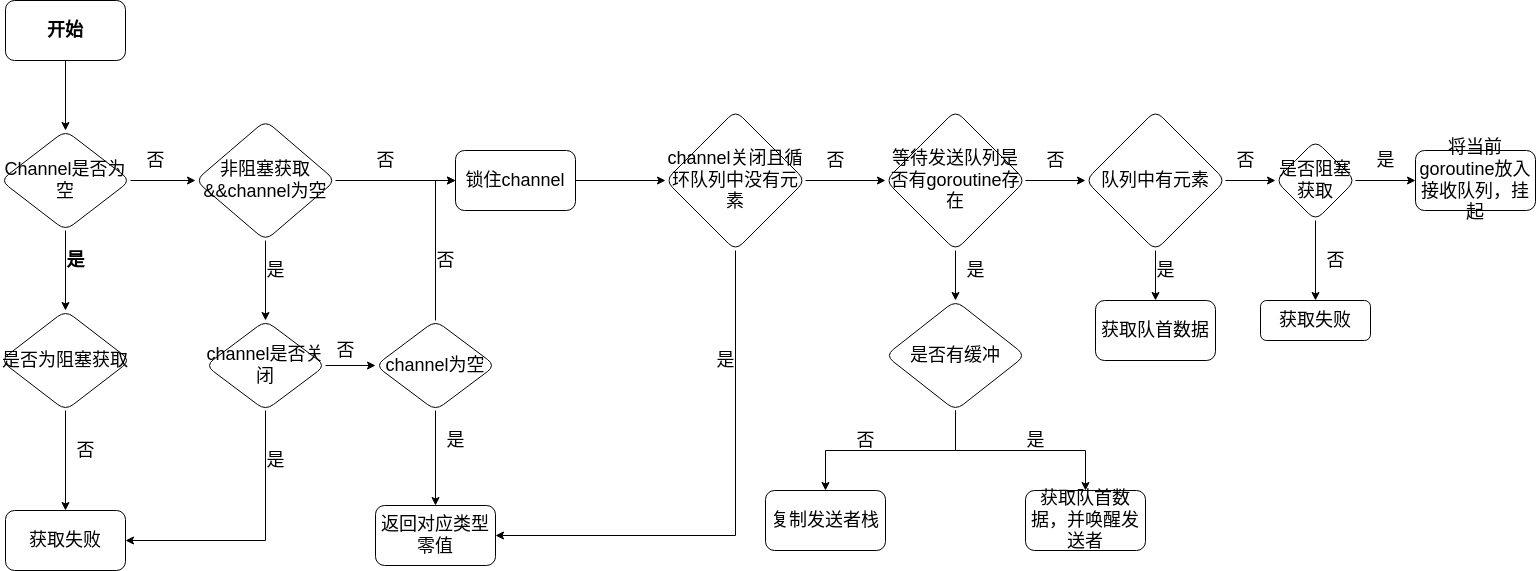
Before: img/chanrecv.png, a diagram exported from draw.io (zlmsx/zlmsx.github.io). Source tidied: cells renumbered, new cells last; positions are measured from the earlier drawing's top-left corner, leaving out a move shared by most shapes. Source of this version:
```xml
<mxGraphModel>
  <root>
    <mxCell id="0" />
    <mxCell id="1" parent="0" />
    <mxCell id="2" style="edgeStyle=orthogonalEdgeStyle;rounded=0;jettySize=auto;html=1;fontSize=18;" parent="1" edge="1" source="3" target="6">
      <mxGeometry relative="1" as="geometry" />
    </mxCell>
    <mxCell id="3" value="&lt;b&gt;开始&lt;/b&gt;" style="rounded=1;whiteSpace=wrap;html=1;fontSize=18;" parent="1" vertex="1">
      <mxGeometry x="5" width="120" height="60" as="geometry" />
    </mxCell>
    <mxCell id="4" style="edgeStyle=orthogonalEdgeStyle;rounded=0;jettySize=auto;html=1;fontSize=18;" parent="1" edge="1" source="6" target="8">
      <mxGeometry relative="1" as="geometry" />
    </mxCell>
    <mxCell id="5" style="edgeStyle=orthogonalEdgeStyle;rounded=0;jettySize=auto;html=1;fontSize=18;" parent="1" edge="1" source="6" target="12">
      <mxGeometry relative="1" as="geometry" />
    </mxCell>
    <mxCell id="6" value="Channel是否为空" style="rhombus;whiteSpace=wrap;html=1;fontSize=18;rounded=1;" parent="1" vertex="1">
      <mxGeometry y="130" width="130" height="100" as="geometry" />
    </mxCell>
    <mxCell id="7" style="edgeStyle=orthogonalEdgeStyle;rounded=0;jettySize=auto;html=1;fontSize=18;" parent="1" edge="1" source="8" target="9">
      <mxGeometry relative="1" as="geometry" />
    </mxCell>
    <mxCell id="8" value="是否为阻塞获取" style="rhombus;whiteSpace=wrap;html=1;fontSize=18;rounded=1;" parent="1" vertex="1">
      <mxGeometry y="310" width="130" height="100" as="geometry" />
    </mxCell>
    <mxCell id="9" value="获取失败" style="whiteSpace=wrap;html=1;fontSize=18;rounded=1;" parent="1" vertex="1">
      <mxGeometry x="5" y="510" width="120" height="60" as="geometry" />
    </mxCell>
    <mxCell id="10" style="edgeStyle=orthogonalEdgeStyle;rounded=0;jettySize=auto;html=1;fontSize=18;" parent="1" edge="1" source="12" target="15">
      <mxGeometry relative="1" as="geometry" />
    </mxCell>
    <mxCell id="11" style="edgeStyle=orthogonalEdgeStyle;rounded=0;jettySize=auto;html=1;fontSize=18;" parent="1" edge="1" source="12" target="21">
      <mxGeometry relative="1" as="geometry" />
    </mxCell>
    <mxCell id="12" value="非阻塞获取&amp;amp;&amp;amp;channel为空" style="rhombus;whiteSpace=wrap;html=1;fontSize=18;rounded=1;" parent="1" vertex="1">
      <mxGeometry x="195" y="120" width="140" height="120" as="geometry" />
    </mxCell>
    <mxCell id="13" style="edgeStyle=orthogonalEdgeStyle;rounded=0;jettySize=auto;html=1;exitX=0.5;exitY=1;exitDx=0;exitDy=0;entryX=1;entryY=0.5;entryDx=0;entryDy=0;fontSize=18;" parent="1" edge="1" source="15" target="9">
      <mxGeometry relative="1" as="geometry" />
    </mxCell>
    <mxCell id="14" style="edgeStyle=orthogonalEdgeStyle;rounded=0;jettySize=auto;html=1;fontSize=18;" parent="1" edge="1" source="15" target="18">
      <mxGeometry relative="1" as="geometry" />
    </mxCell>
    <mxCell id="15" value="channel是否关闭" style="rhombus;whiteSpace=wrap;html=1;fontSize=18;rounded=1;" parent="1" vertex="1">
      <mxGeometry x="205" y="320" width="120" height="90" as="geometry" />
    </mxCell>
    <mxCell id="16" style="edgeStyle=orthogonalEdgeStyle;rounded=0;jettySize=auto;html=1;fontSize=18;" parent="1" edge="1" source="18" target="19">
      <mxGeometry relative="1" as="geometry" />
    </mxCell>
    <mxCell id="17" style="edgeStyle=orthogonalEdgeStyle;rounded=0;jettySize=auto;html=1;exitX=0.5;exitY=0;exitDx=0;exitDy=0;entryX=0;entryY=0.5;entryDx=0;entryDy=0;fontSize=18;" parent="1" edge="1" source="18" target="21">
      <mxGeometry relative="1" as="geometry" />
    </mxCell>
    <mxCell id="18" value="channel为空" style="rhombus;whiteSpace=wrap;html=1;fontSize=18;rounded=1;" parent="1" vertex="1">
      <mxGeometry x="375" y="320" width="120" height="90" as="geometry" />
    </mxCell>
    <mxCell id="19" value="返回对应类型零值" style="rounded=1;whiteSpace=wrap;html=1;fontSize=18;" parent="1" vertex="1">
      <mxGeometry x="375" y="505" width="120" height="60" as="geometry" />
    </mxCell>
    <mxCell id="20" style="edgeStyle=orthogonalEdgeStyle;rounded=0;jettySize=auto;html=1;fontSize=18;" parent="1" edge="1" source="21" target="24">
      <mxGeometry relative="1" as="geometry" />
    </mxCell>
    <mxCell id="21" value="锁住channel" style="whiteSpace=wrap;html=1;fontSize=18;rounded=1;" parent="1" vertex="1">
      <mxGeometry x="455" y="150" width="120" height="60" as="geometry" />
    </mxCell>
    <mxCell id="22" style="edgeStyle=orthogonalEdgeStyle;rounded=0;jettySize=auto;html=1;exitX=0.5;exitY=1;exitDx=0;exitDy=0;entryX=1;entryY=0.5;entryDx=0;entryDy=0;fontSize=18;" parent="1" edge="1" source="24" target="19">
      <mxGeometry relative="1" as="geometry" />
    </mxCell>
    <mxCell id="23" style="edgeStyle=orthogonalEdgeStyle;rounded=0;jettySize=auto;html=1;fontSize=18;" parent="1" edge="1" source="24" target="27">
      <mxGeometry relative="1" as="geometry" />
    </mxCell>
    <mxCell id="24" value="channel关闭且循环队列中没有元素" style="rhombus;whiteSpace=wrap;html=1;fontSize=18;rounded=1;" parent="1" vertex="1">
      <mxGeometry x="665" y="110" width="140" height="140" as="geometry" />
    </mxCell>
    <mxCell id="25" style="edgeStyle=orthogonalEdgeStyle;rounded=0;jettySize=auto;html=1;fontSize=18;" parent="1" edge="1" source="27" target="30">
      <mxGeometry relative="1" as="geometry" />
    </mxCell>
    <mxCell id="26" style="edgeStyle=orthogonalEdgeStyle;rounded=0;jettySize=auto;html=1;fontSize=18;" parent="1" edge="1" source="27" target="35">
      <mxGeometry relative="1" as="geometry" />
    </mxCell>
    <mxCell id="27" value="等待发送队列是否有goroutine存在" style="rhombus;whiteSpace=wrap;html=1;fontSize=18;rounded=1;" parent="1" vertex="1">
      <mxGeometry x="885" y="110" width="140" height="140" as="geometry" />
    </mxCell>
    <mxCell id="28" style="edgeStyle=orthogonalEdgeStyle;rounded=0;jettySize=auto;html=1;fontSize=18;" parent="1" edge="1" source="30" target="31">
      <mxGeometry relative="1" as="geometry" />
    </mxCell>
    <mxCell id="29" style="edgeStyle=orthogonalEdgeStyle;rounded=0;jettySize=auto;html=1;fontSize=18;" parent="1" edge="1" source="30" target="32">
      <mxGeometry relative="1" as="geometry" />
    </mxCell>
    <mxCell id="30" value="是否有缓冲" style="rhombus;whiteSpace=wrap;html=1;fontSize=18;rounded=1;" parent="1" vertex="1">
      <mxGeometry x="885" y="300" width="140" height="110" as="geometry" />
    </mxCell>
    <mxCell id="31" value="复制发送者栈" style="whiteSpace=wrap;html=1;fontSize=18;rounded=1;" parent="1" vertex="1">
      <mxGeometry x="765" y="490" width="120" height="60" as="geometry" />
    </mxCell>
    <mxCell id="32" value="获取队首数据，并唤醒发送者" style="whiteSpace=wrap;html=1;fontSize=18;rounded=1;" parent="1" vertex="1">
      <mxGeometry x="1025" y="490" width="120" height="60" as="geometry" />
    </mxCell>
    <mxCell id="33" style="edgeStyle=orthogonalEdgeStyle;rounded=0;jettySize=auto;html=1;fontSize=18;" parent="1" edge="1" source="35" target="36">
      <mxGeometry relative="1" as="geometry" />
    </mxCell>
    <mxCell id="34" style="edgeStyle=orthogonalEdgeStyle;rounded=0;jettySize=auto;html=1;fontSize=18;" parent="1" edge="1" source="35" target="39">
      <mxGeometry relative="1" as="geometry" />
    </mxCell>
    <mxCell id="35" value="队列中有元素" style="rhombus;whiteSpace=wrap;html=1;fontSize=18;rounded=1;" parent="1" vertex="1">
      <mxGeometry x="1085" y="110" width="140" height="140" as="geometry" />
    </mxCell>
    <mxCell id="36" value="获取队首数据" style="whiteSpace=wrap;html=1;fontSize=18;rounded=1;" parent="1" vertex="1">
      <mxGeometry x="1095" y="300" width="120" height="60" as="geometry" />
    </mxCell>
    <mxCell id="37" style="edgeStyle=orthogonalEdgeStyle;rounded=0;jettySize=auto;html=1;fontSize=18;" parent="1" edge="1" source="39" target="40">
      <mxGeometry relative="1" as="geometry" />
    </mxCell>
    <mxCell id="38" style="edgeStyle=orthogonalEdgeStyle;rounded=0;jettySize=auto;html=1;fontSize=18;" parent="1" edge="1" source="39" target="41">
      <mxGeometry relative="1" as="geometry" />
    </mxCell>
    <mxCell id="39" value="是否阻塞获取" style="rhombus;whiteSpace=wrap;html=1;fontSize=18;rounded=1;" parent="1" vertex="1">
      <mxGeometry x="1275" y="140" width="80" height="80" as="geometry" />
    </mxCell>
    <mxCell id="40" value="获取失败" style="whiteSpace=wrap;html=1;fontSize=18;rounded=1;" parent="1" vertex="1">
      <mxGeometry x="1260" y="300" width="110" height="40" as="geometry" />
    </mxCell>
    <mxCell id="41" value="将当前goroutine放入接收队列，挂起" style="whiteSpace=wrap;html=1;fontSize=18;rounded=1;" parent="1" vertex="1">
      <mxGeometry x="1415" y="150" width="120" height="60" as="geometry" />
    </mxCell>
    <mxCell id="42" value="&lt;b&gt;是&lt;/b&gt;" style="text;html=1;align=center;verticalAlign=middle;strokeColor=none;fillColor=none;fontSize=18;" parent="1" vertex="1">
      <mxGeometry x="55" y="240" width="40" height="40" as="geometry" />
    </mxCell>
    <mxCell id="43" value="否" style="text;html=1;align=center;verticalAlign=middle;strokeColor=none;fillColor=none;fontSize=18;" parent="1" vertex="1">
      <mxGeometry x="65" y="430" width="40" height="40" as="geometry" />
    </mxCell>
    <mxCell id="44" value="否" style="text;html=1;align=center;verticalAlign=middle;strokeColor=none;fillColor=none;fontSize=18;" parent="1" vertex="1">
      <mxGeometry x="135" y="140" width="40" height="40" as="geometry" />
    </mxCell>
    <mxCell id="45" value="是" style="text;html=1;align=center;verticalAlign=middle;strokeColor=none;fillColor=none;fontSize=18;" parent="1" vertex="1">
      <mxGeometry x="255" y="250" width="40" height="40" as="geometry" />
    </mxCell>
    <mxCell id="46" value="是" style="text;html=1;align=center;verticalAlign=middle;strokeColor=none;fillColor=none;fontSize=18;" parent="1" vertex="1">
      <mxGeometry x="255" y="440" width="40" height="40" as="geometry" />
    </mxCell>
    <mxCell id="47" value="否" style="text;html=1;align=center;verticalAlign=middle;strokeColor=none;fillColor=none;fontSize=18;" parent="1" vertex="1">
      <mxGeometry x="325" y="330" width="40" height="40" as="geometry" />
    </mxCell>
    <mxCell id="48" value="是" style="text;html=1;align=center;verticalAlign=middle;strokeColor=none;fillColor=none;fontSize=18;" parent="1" vertex="1">
      <mxGeometry x="435" y="420" width="40" height="40" as="geometry" />
    </mxCell>
    <mxCell id="49" value="否" style="text;html=1;align=center;verticalAlign=middle;strokeColor=none;fillColor=none;fontSize=18;" parent="1" vertex="1">
      <mxGeometry x="425" y="240" width="40" height="40" as="geometry" />
    </mxCell>
    <mxCell id="50" value="否" style="text;html=1;align=center;verticalAlign=middle;strokeColor=none;fillColor=none;fontSize=18;" parent="1" vertex="1">
      <mxGeometry x="365" y="140" width="40" height="40" as="geometry" />
    </mxCell>
    <mxCell id="51" value="是" style="text;html=1;align=center;verticalAlign=middle;strokeColor=none;fillColor=none;fontSize=18;" parent="1" vertex="1">
      <mxGeometry x="705" y="340" width="40" height="40" as="geometry" />
    </mxCell>
    <mxCell id="52" value="否" style="text;html=1;align=center;verticalAlign=middle;strokeColor=none;fillColor=none;fontSize=18;" parent="1" vertex="1">
      <mxGeometry x="815" y="140" width="40" height="40" as="geometry" />
    </mxCell>
    <mxCell id="53" value="是" style="text;html=1;align=center;verticalAlign=middle;strokeColor=none;fillColor=none;fontSize=18;" parent="1" vertex="1">
      <mxGeometry x="955" y="250" width="40" height="40" as="geometry" />
    </mxCell>
    <mxCell id="54" value="否" style="text;html=1;align=center;verticalAlign=middle;strokeColor=none;fillColor=none;fontSize=18;" parent="1" vertex="1">
      <mxGeometry x="845" y="420" width="40" height="40" as="geometry" />
    </mxCell>
    <mxCell id="55" value="是" style="text;html=1;align=center;verticalAlign=middle;strokeColor=none;fillColor=none;fontSize=18;" parent="1" vertex="1">
      <mxGeometry x="1015" y="420" width="40" height="40" as="geometry" />
    </mxCell>
    <mxCell id="56" value="否" style="text;html=1;align=center;verticalAlign=middle;strokeColor=none;fillColor=none;fontSize=18;" parent="1" vertex="1">
      <mxGeometry x="1035" y="140" width="40" height="40" as="geometry" />
    </mxCell>
    <mxCell id="57" value="是" style="text;html=1;align=center;verticalAlign=middle;strokeColor=none;fillColor=none;fontSize=18;" parent="1" vertex="1">
      <mxGeometry x="1145" y="250" width="40" height="40" as="geometry" />
    </mxCell>
    <mxCell id="58" value="否" style="text;html=1;align=center;verticalAlign=middle;strokeColor=none;fillColor=none;fontSize=18;" parent="1" vertex="1">
      <mxGeometry x="1225" y="140" width="40" height="40" as="geometry" />
    </mxCell>
    <mxCell id="59" value="否" style="text;html=1;align=center;verticalAlign=middle;strokeColor=none;fillColor=none;fontSize=18;" parent="1" vertex="1">
      <mxGeometry x="1315" y="240" width="40" height="40" as="geometry" />
    </mxCell>
    <mxCell id="60" value="是" style="text;html=1;align=center;verticalAlign=middle;strokeColor=none;fillColor=none;fontSize=18;" parent="1" vertex="1">
      <mxGeometry x="1365" y="140" width="40" height="40" as="geometry" />
    </mxCell>
  </root>
</mxGraphModel>
```
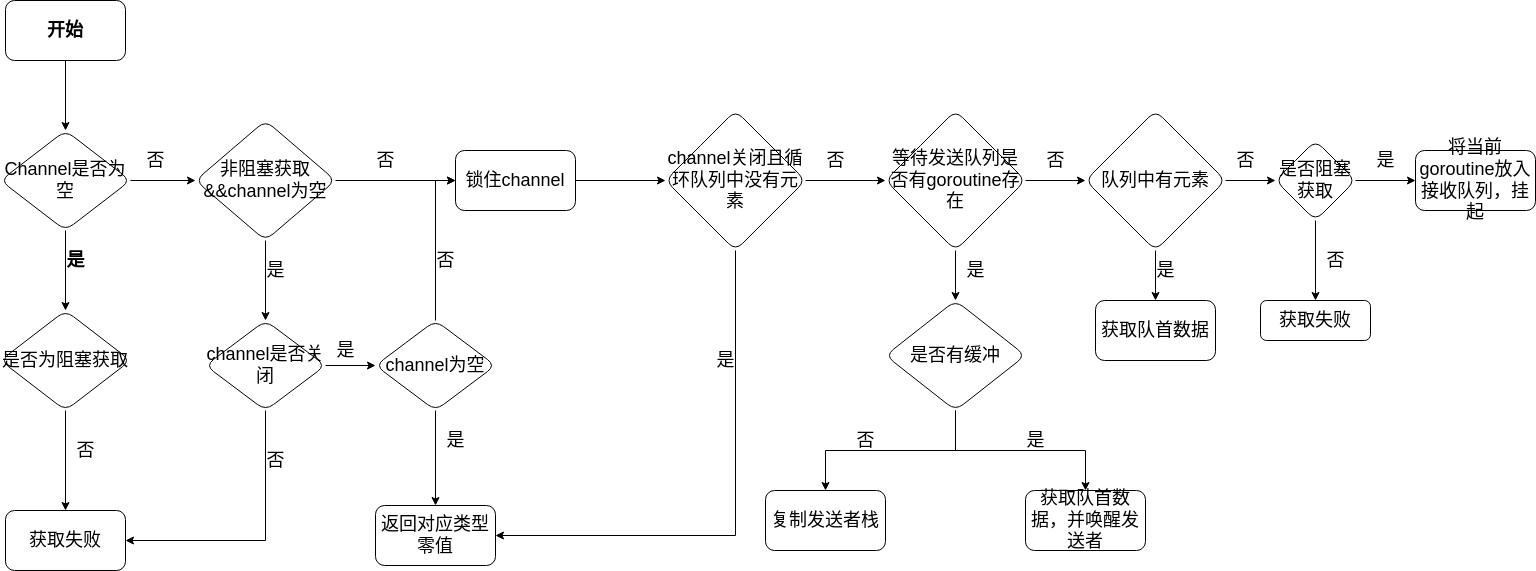
The same file after the commit.

Diff of the diagram source:
```diff
@@ -134,10 +134,10 @@
     <mxCell id="45" value="是" style="text;html=1;align=center;verticalAlign=middle;strokeColor=none;fillColor=none;fontSize=18;" parent="1" vertex="1">
       <mxGeometry x="255" y="250" width="40" height="40" as="geometry" />
     </mxCell>
-    <mxCell id="46" value="是" style="text;html=1;align=center;verticalAlign=middle;strokeColor=none;fillColor=none;fontSize=18;" parent="1" vertex="1">
+    <mxCell id="46" value="否" style="text;html=1;align=center;verticalAlign=middle;strokeColor=none;fillColor=none;fontSize=18;" parent="1" vertex="1">
       <mxGeometry x="255" y="440" width="40" height="40" as="geometry" />
     </mxCell>
-    <mxCell id="47" value="否" style="text;html=1;align=center;verticalAlign=middle;strokeColor=none;fillColor=none;fontSize=18;" parent="1" vertex="1">
+    <mxCell id="47" value="是" style="text;html=1;align=center;verticalAlign=middle;strokeColor=none;fillColor=none;fontSize=18;" parent="1" vertex="1">
       <mxGeometry x="325" y="330" width="40" height="40" as="geometry" />
     </mxCell>
     <mxCell id="48" value="是" style="text;html=1;align=center;verticalAlign=middle;strokeColor=none;fillColor=none;fontSize=18;" parent="1" vertex="1">
```
